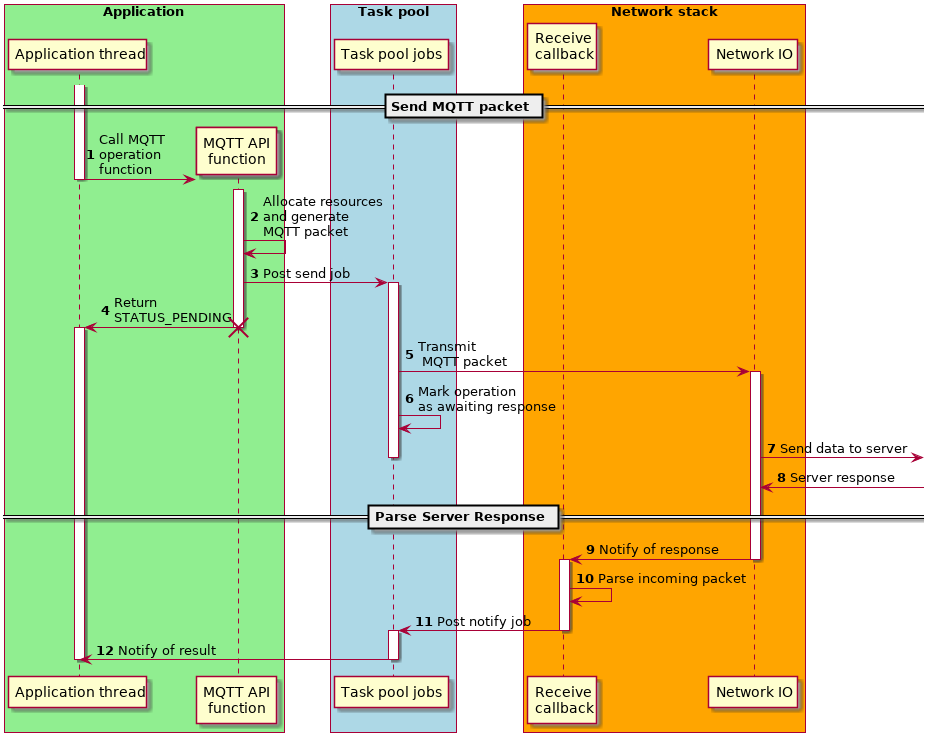
Before: doc/plantuml/images/mqtt_design_typicaloperation.png, a diagram exported from PlantUML (aws/aws-iot-device-sdk-embedded-C).
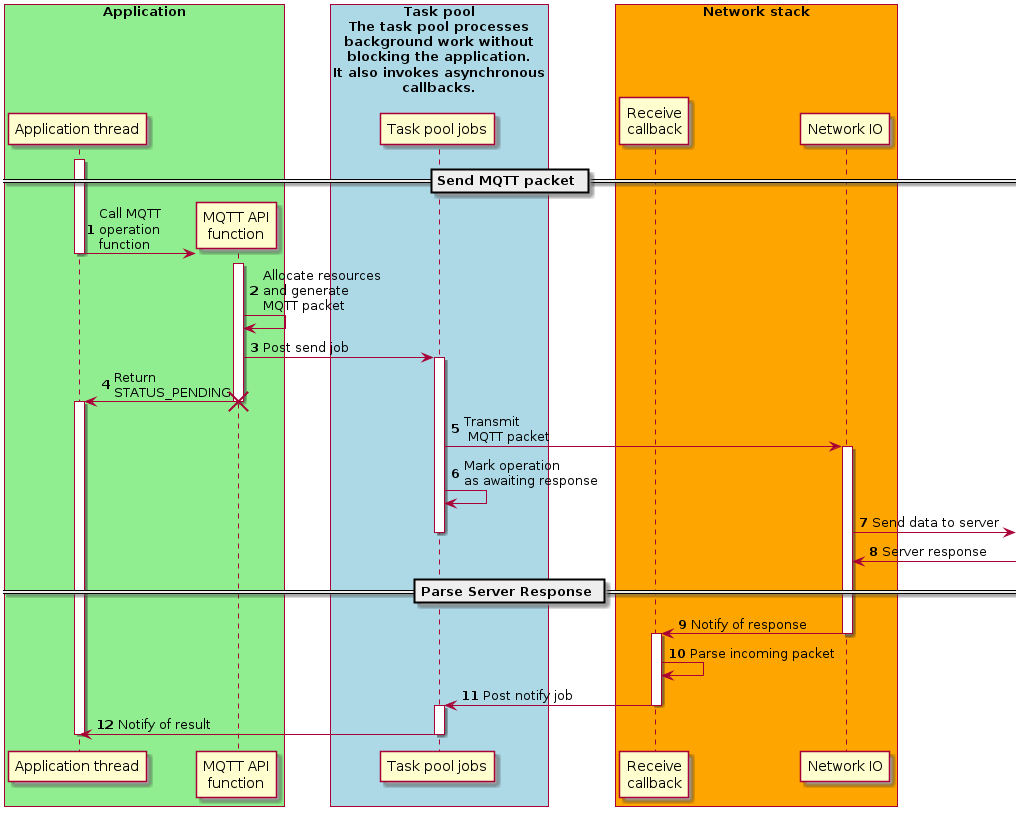
After the commit.

The edit, as a diff of the source:
```diff
@@ -8,7 +8,7 @@
     create participant "MQTT API\nfunction" as api
 end box
 
-box "Task pool" #LightBlue
+box "Task pool\nThe task pool processes\nbackground work without\nblocking the application.\nIt also invokes asynchronous\ncallbacks.\n" #LightBlue
     participant "Task pool jobs" as task_pool
 end box
 
```
